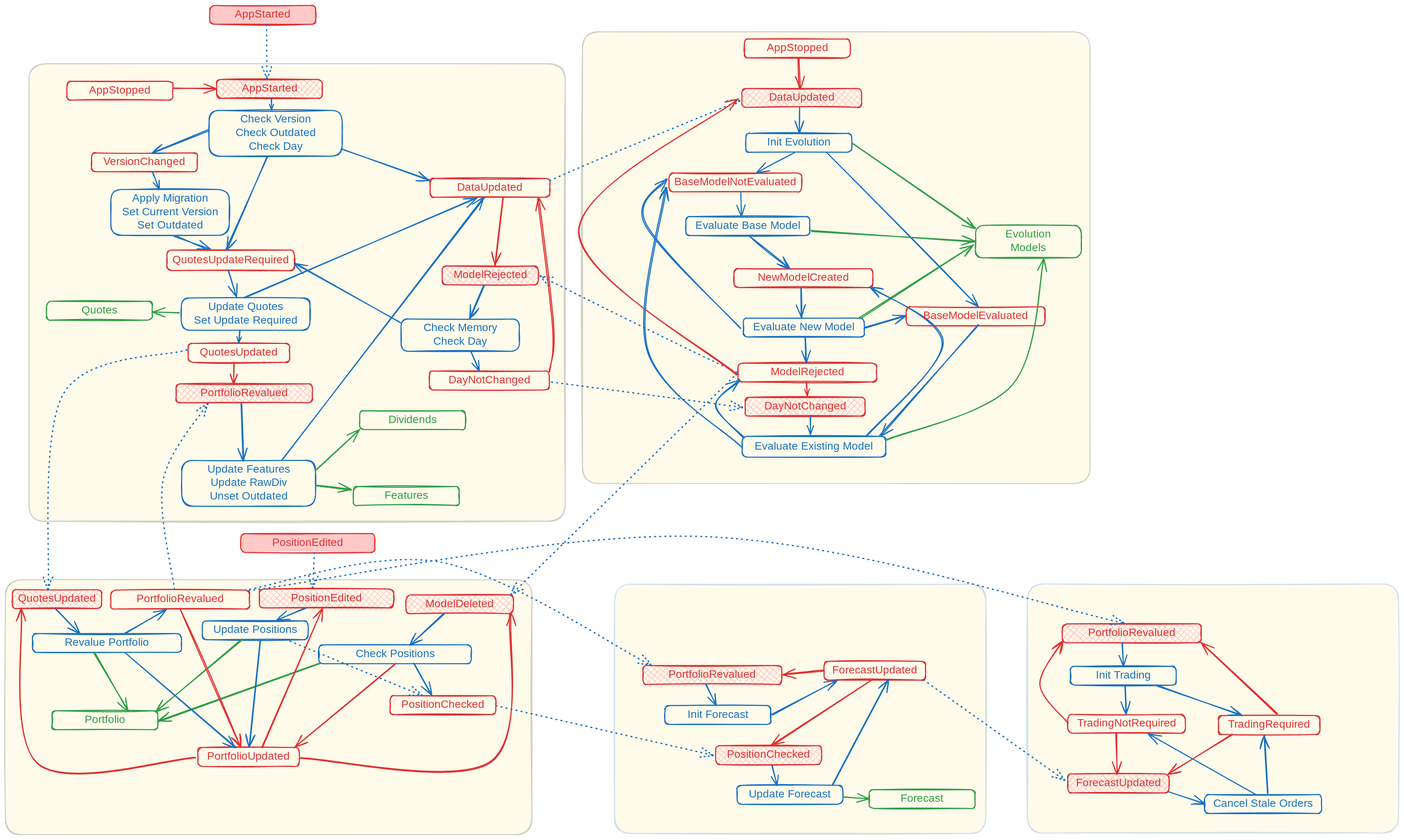
Before: docs/fsm.excalidraw.svg, a diagram exported from Excalidraw (WLM1ke/poptimizer). Source tidied: one line per element, renumbered; positions are measured from the earlier drawing's top-left corner, leaving out a move shared by most shapes.
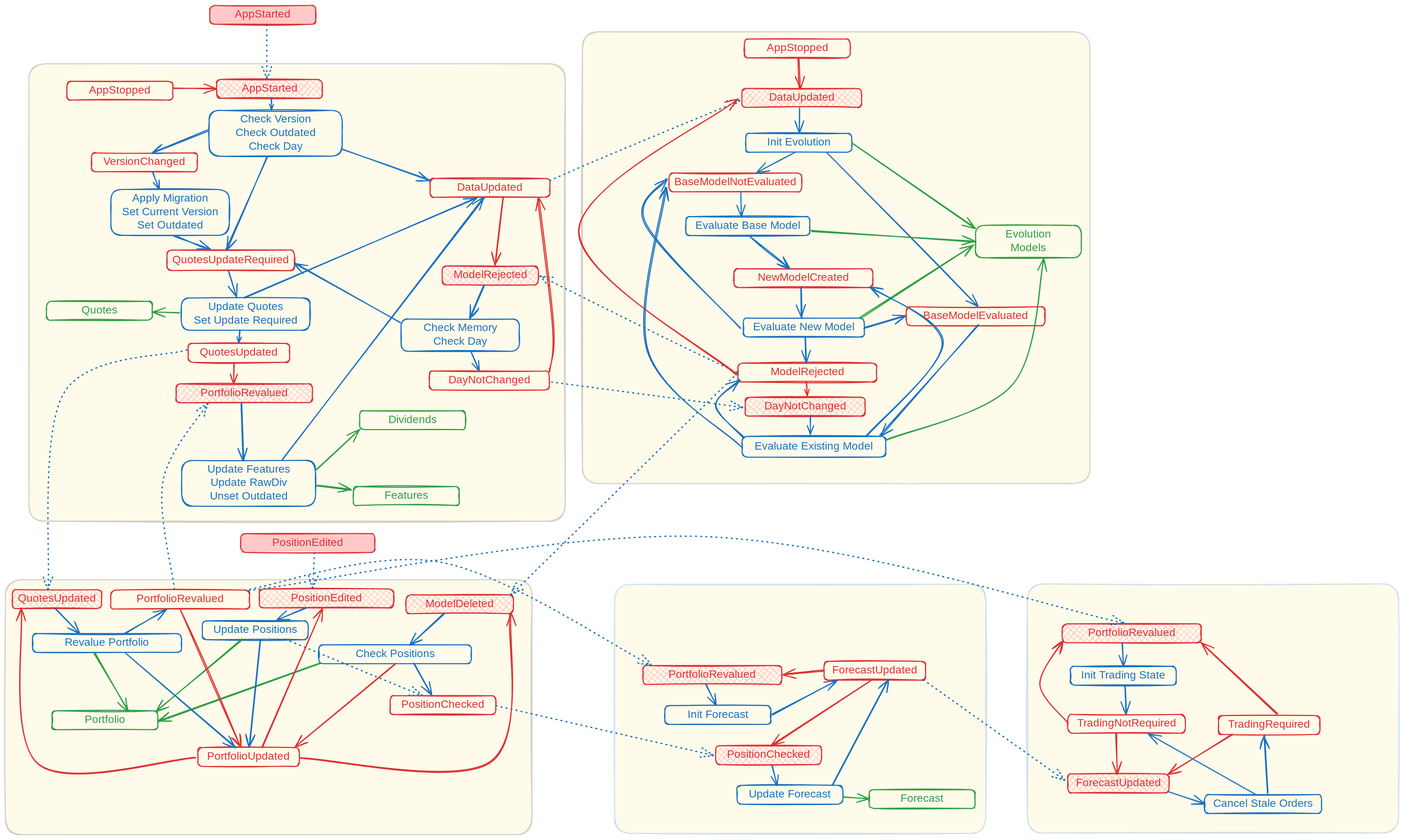
After the change.

Commit message:
feat: init trading state action

What changed in the source:
```diff
@@ -176,7 +176,7 @@
 {"id": 175, "type": "text", "text": "PortfolioRevalued", "strokeColor": "#e03131", "strokeWidth": 2, "roughness": 1, "fontSize": 20, "fontFamily": 5, "textAlign": "center", "verticalAlign": "middle", "inside": 174, "x": 2003, "y": 1153, "width": 174, "height": 25}
 {"id": 176, "type": "arrow", "strokeColor": "#1971c2", "strokeWidth": 2, "strokeStyle": "dotted", "roughness": 1, "endArrowhead": "arrow", "round": true, "from": 54, "to": 174, "x": 452, "y": 1086, "width": 1624, "height": 161, "points": [[0, 0], [843, -101], [1624, 60]]}
 {"id": 177, "type": "rectangle", "strokeColor": "#1971c2", "strokeWidth": 2, "roughness": 1, "round": true, "x": 1976, "y": 1227, "width": 196, "height": 35}
-{"id": 178, "type": "text", "text": "Init Trading", "strokeColor": "#1971c2", "strokeWidth": 2, "roughness": 1, "fontSize": 20, "fontFamily": 5, "textAlign": "center", "verticalAlign": "middle", "inside": 177, "x": 2015, "y": 1232, "width": 118, "height": 25}
+{"id": 178, "type": "text", "text": "Init Trading State", "strokeColor": "#1971c2", "strokeWidth": 2, "roughness": 1, "fontSize": 20, "fontFamily": 5, "textAlign": "center", "verticalAlign": "middle", "inside": 177, "x": 1982, "y": 1232, "width": 183, "height": 25}
 {"id": 179, "type": "arrow", "strokeColor": "#1971c2", "strokeWidth": 2, "roughness": 1, "endArrowhead": "arrow", "round": true, "from": 174, "to": 177, "x": 2072, "y": 1183, "width": 3, "height": 43, "points": [[0, 0], [3, 43]]}
 {"id": 180, "type": "rectangle", "strokeColor": "#e03131", "backgroundColor": "#ffc9c9", "fillStyle": "cross-hatch", "strokeWidth": 2, "roughness": 1, "round": true, "x": 1971, "y": 1426, "width": 188, "height": 35}
 {"id": 181, "type": "text", "text": "ForecastUpdated", "strokeColor": "#e03131", "strokeWidth": 2, "roughness": 1, "fontSize": 20, "fontFamily": 5, "textAlign": "center", "verticalAlign": "middle", "inside": 180, "x": 1980, "y": 1431, "width": 170, "height": 25}
@@ -185,7 +185,6 @@
 {"id": 184, "type": "rectangle", "strokeColor": "#e03131", "strokeWidth": 2, "roughness": 1, "round": true, "x": 1971, "y": 1316, "width": 218, "height": 35}
 {"id": 185, "type": "text", "text": "TradingNotRequired", "strokeColor": "#e03131", "strokeWidth": 2, "roughness": 1, "fontSize": 20, "fontFamily": 5, "textAlign": "center", "verticalAlign": "middle", "inside": 184, "x": 1984, "y": 1321, "width": 192, "height": 25}
 {"id": 186, "type": "arrow", "strokeColor": "#1971c2", "backgroundColor": "#ffc9c9", "fillStyle": "solid", "strokeWidth": 2, "roughness": 1, "endArrowhead": "arrow", "round": true, "from": 177, "to": 184, "x": 2077, "y": 1262, "width": 3, "height": 54, "points": [[0, 0], [3, 54]]}
-{"id": 187, "type": "arrow", "strokeColor": "#1971c2", "backgroundColor": "#ffc9c9", "fillStyle": "solid", "strokeWidth": 2, "roughness": 1, "endArrowhead": "arrow", "round": true, "from": 177, "to": 182, "x": 2136, "y": 1262, "width": 158, "height": 56, "points": [[0, 0], [158, 56]]}
 {"id": 188, "type": "arrow", "strokeColor": "#1971c2", "backgroundColor": "#ffc9c9", "fillStyle": "solid", "strokeWidth": 2, "strokeStyle": "dotted", "roughness": 1, "endArrowhead": "arrow", "round": true, "from": 90, "to": 180, "x": 1703, "y": 1252, "width": 264, "height": 187, "points": [[0, 0], [264, 187]]}
 {"id": 189, "type": "arrow", "strokeColor": "#e03131", "backgroundColor": "#ffc9c9", "fillStyle": "solid", "strokeWidth": 2, "roughness": 1, "endArrowhead": "arrow", "round": true, "from": 184, "to": 180, "x": 2061, "y": 1351, "width": 1, "height": 74, "points": [[0, 0], [1, 74]]}
 {"id": 190, "type": "arrow", "strokeColor": "#e03131", "backgroundColor": "#ffc9c9", "fillStyle": "solid", "strokeWidth": 2, "roughness": 1, "endArrowhead": "arrow", "round": true, "from": 182, "to": 180, "x": 2276, "y": 1353, "width": 120, "height": 73, "points": [[0, 0], [-120, 73]]}
```
